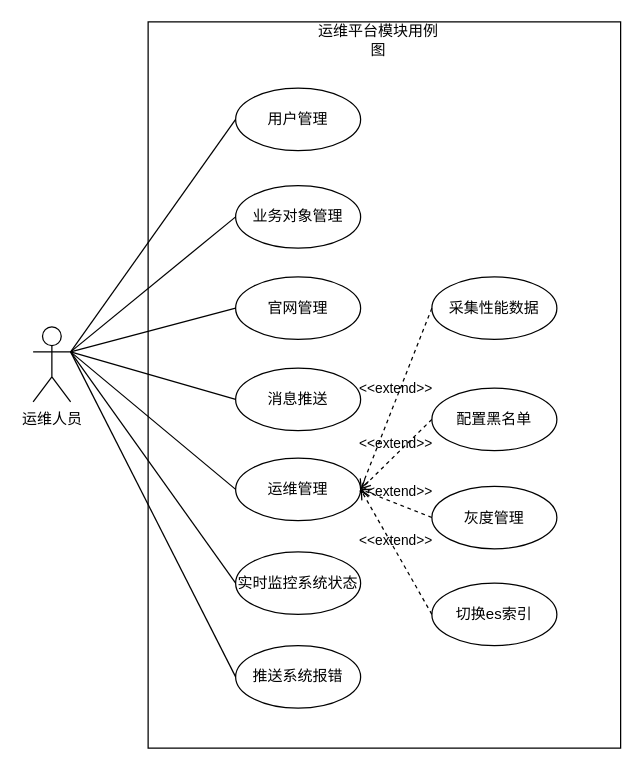
The draw.io diagram 运维平台模块用例图.drawio in qf2020/drawio, before the edit. Source tidied: cells renumbered, new cells numbered last; positions are measured from the earlier drawing's top-left corner, leaving out a move shared by most shapes. Both pictures are drawn from the tidied source at 125%, with x=0, y=0 at pixel (32, 21).
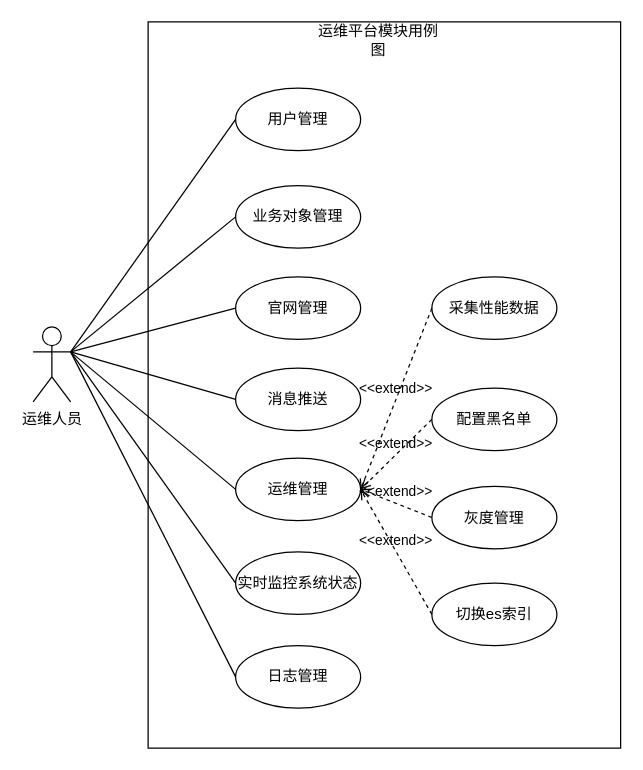
The same page after the edit.

Commit message:
更新运维平台模块用例图.drawio

Change to the diagram source:
```diff
@@
-    <mxCell id="18" value="推送系统报错" style="ellipse;whiteSpace=wrap;html=1;" parent="1" vertex="1">
+    <mxCell id="18" value="日志管理" style="ellipse;whiteSpace=wrap;html=1;" parent="1" vertex="1">
       <mxGeometry x="162" y="499" width="100" height="50" as="geometry" />
     </mxCell>
```
